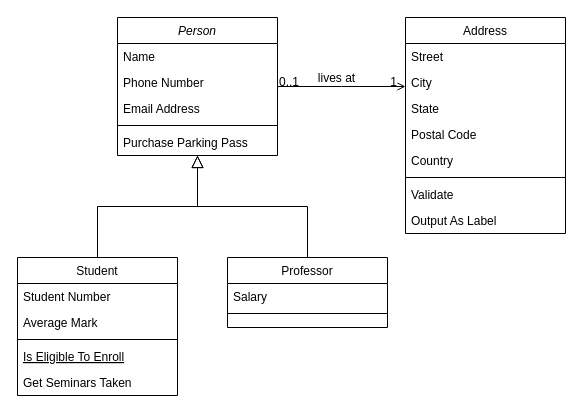
Before: small-spring-step-02/未命名绘图.drawio in Kiritokp/small-spring, a draw.io diagram. Source tidied: cells renumbered, new cells numbered last; positions are measured from the earlier drawing's top-left corner, leaving out a move shared by most shapes. Both pictures are drawn from the tidied source at 100%, with x=0, y=0 at pixel (17, 17).
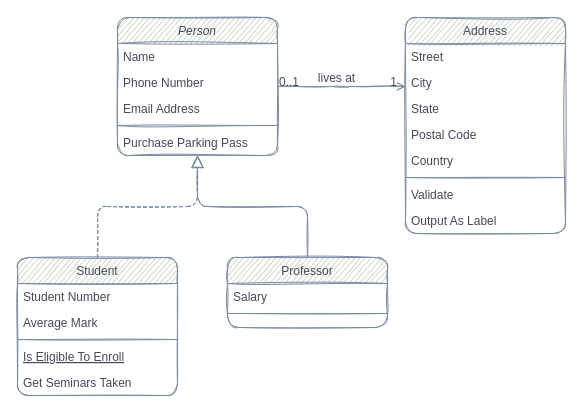
After the change.

Commit message:
Spring bean容器类关系.drawio

Diff of the diagram source:
```diff
@@
-    <mxCell id="2" value="Person" style="swimlane;fontStyle=2;align=center;verticalAlign=top;horizontal=1;startSize=26;rounded=0;shadow=0;strokeWidth=1;" parent="1" vertex="1">
+    <mxCell id="2" value="Person" style="swimlane;fontStyle=2;align=center;verticalAlign=top;horizontal=1;startSize=26;rounded=1;shadow=0;strokeWidth=1;sketch=1;fillColor=#B2C9AB;strokeColor=#788AA3;fontColor=#46495D;" parent="1" vertex="1">
       <mxGeometry x="100" width="160" height="138" as="geometry" />
     </mxCell>
-    <mxCell id="3" value="Name" style="text;align=left;verticalAlign=top;spacingLeft=4;spacingRight=4;overflow=hidden;" parent="2" vertex="1">
+    <mxCell id="3" value="Name" style="text;align=left;verticalAlign=top;spacingLeft=4;spacingRight=4;overflow=hidden;sketch=1;rounded=1;fontColor=#46495D;" parent="2" vertex="1">
       <mxGeometry y="26" width="160" height="26" as="geometry" />
     </mxCell>
-    <mxCell id="4" value="Phone Number" style="text;align=left;verticalAlign=top;spacingLeft=4;spacingRight=4;overflow=hidden;rounded=0;shadow=0;html=0;" parent="2" vertex="1">
+    <mxCell id="4" value="Phone Number" style="text;align=left;verticalAlign=top;spacingLeft=4;spacingRight=4;overflow=hidden;rounded=1;shadow=0;html=0;sketch=1;fontColor=#46495D;" parent="2" vertex="1">
       <mxGeometry y="52" width="160" height="26" as="geometry" />
     </mxCell>
-    <mxCell id="5" value="Email Address" style="text;align=left;verticalAlign=top;spacingLeft=4;spacingRight=4;overflow=hidden;rounded=0;shadow=0;html=0;" parent="2" vertex="1">
+    <mxCell id="5" value="Email Address" style="text;align=left;verticalAlign=top;spacingLeft=4;spacingRight=4;overflow=hidden;rounded=1;shadow=0;html=0;sketch=1;fontColor=#46495D;" parent="2" vertex="1">
       <mxGeometry y="78" width="160" height="26" as="geometry" />
     </mxCell>
-    <mxCell id="6" style="line;html=1;strokeWidth=1;align=left;verticalAlign=middle;spacingTop=-1;spacingLeft=3;spacingRight=3;labelPosition=right;" parent="2" vertex="1">
+    <mxCell id="6" style="line;html=1;strokeWidth=1;align=left;verticalAlign=middle;spacingTop=-1;spacingLeft=3;spacingRight=3;labelPosition=right;sketch=1;rounded=1;fillColor=#B2C9AB;strokeColor=#788AA3;fontColor=#46495D;" parent="2" vertex="1">
       <mxGeometry y="104" width="160" height="8" as="geometry" />
     </mxCell>
-    <mxCell id="7" value="Purchase Parking Pass" style="text;align=left;verticalAlign=top;spacingLeft=4;spacingRight=4;overflow=hidden;" parent="2" vertex="1">
+    <mxCell id="7" value="Purchase Parking Pass" style="text;align=left;verticalAlign=top;spacingLeft=4;spacingRight=4;overflow=hidden;sketch=1;rounded=1;fontColor=#46495D;" parent="2" vertex="1">
       <mxGeometry y="112" width="160" height="26" as="geometry" />
     </mxCell>
-    <mxCell id="8" value="Student" style="swimlane;fontStyle=0;align=center;verticalAlign=top;horizontal=1;startSize=26;rounded=0;shadow=0;strokeWidth=1;" parent="1" vertex="1">
+    <mxCell id="8" value="Student" style="swimlane;fontStyle=0;align=center;verticalAlign=top;horizontal=1;startSize=26;rounded=1;shadow=0;strokeWidth=1;sketch=1;fillColor=#B2C9AB;strokeColor=#788AA3;fontColor=#46495D;" parent="1" vertex="1">
       <mxGeometry y="240" width="160" height="138" as="geometry" />
     </mxCell>
-    <mxCell id="9" value="Student Number" style="text;align=left;verticalAlign=top;spacingLeft=4;spacingRight=4;overflow=hidden;" parent="8" vertex="1">
+    <mxCell id="9" value="Student Number" style="text;align=left;verticalAlign=top;spacingLeft=4;spacingRight=4;overflow=hidden;sketch=1;rounded=1;fontColor=#46495D;" parent="8" vertex="1">
       <mxGeometry y="26" width="160" height="26" as="geometry" />
     </mxCell>
-    <mxCell id="10" value="Average Mark" style="text;align=left;verticalAlign=top;spacingLeft=4;spacingRight=4;overflow=hidden;rounded=0;shadow=0;html=0;" parent="8" vertex="1">
+    <mxCell id="10" value="Average Mark" style="text;align=left;verticalAlign=top;spacingLeft=4;spacingRight=4;overflow=hidden;rounded=1;shadow=0;html=0;sketch=1;fontColor=#46495D;" parent="8" vertex="1">
       <mxGeometry y="52" width="160" height="26" as="geometry" />
     </mxCell>
-    <mxCell id="11" style="line;html=1;strokeWidth=1;align=left;verticalAlign=middle;spacingTop=-1;spacingLeft=3;spacingRight=3;labelPosition=right;" parent="8" vertex="1">
+    <mxCell id="11" style="line;html=1;strokeWidth=1;align=left;verticalAlign=middle;spacingTop=-1;spacingLeft=3;spacingRight=3;labelPosition=right;sketch=1;rounded=1;fillColor=#B2C9AB;strokeColor=#788AA3;fontColor=#46495D;" parent="8" vertex="1">
       <mxGeometry y="78" width="160" height="8" as="geometry" />
     </mxCell>
-    <mxCell id="12" value="Is Eligible To Enroll" style="text;align=left;verticalAlign=top;spacingLeft=4;spacingRight=4;overflow=hidden;fontStyle=4;" parent="8" vertex="1">
+    <mxCell id="12" value="Is Eligible To Enroll" style="text;align=left;verticalAlign=top;spacingLeft=4;spacingRight=4;overflow=hidden;fontStyle=4;sketch=1;rounded=1;fontColor=#46495D;" parent="8" vertex="1">
       <mxGeometry y="86" width="160" height="26" as="geometry" />
     </mxCell>
-    <mxCell id="13" value="Get Seminars Taken" style="text;align=left;verticalAlign=top;spacingLeft=4;spacingRight=4;overflow=hidden;" parent="8" vertex="1">
+    <mxCell id="13" value="Get Seminars Taken" style="text;align=left;verticalAlign=top;spacingLeft=4;spacingRight=4;overflow=hidden;sketch=1;rounded=1;fontColor=#46495D;" parent="8" vertex="1">
       <mxGeometry y="112" width="160" height="26" as="geometry" />
     </mxCell>
-    <mxCell id="14" style="endArrow=block;endSize=10;endFill=0;shadow=0;strokeWidth=1;rounded=0;edgeStyle=elbowEdgeStyle;elbow=vertical;" parent="1" edge="1" source="8" target="2">
+    <mxCell id="14" style="endArrow=block;endSize=10;endFill=0;shadow=0;strokeWidth=1;rounded=1;edgeStyle=elbowEdgeStyle;elbow=vertical;sketch=1;strokeColor=#788AA3;fontColor=#46495D;dashed=1;" parent="1" edge="1" source="8" target="2">
       <mxGeometry relative="1" as="geometry" />
     </mxCell>
-    <mxCell id="15" value="Professor" style="swimlane;fontStyle=0;align=center;verticalAlign=top;horizontal=1;startSize=26;rounded=0;shadow=0;strokeWidth=1;" parent="1" vertex="1">
+    <mxCell id="15" value="Professor" style="swimlane;fontStyle=0;align=center;verticalAlign=top;horizontal=1;startSize=26;rounded=1;shadow=0;strokeWidth=1;sketch=1;fillColor=#B2C9AB;strokeColor=#788AA3;fontColor=#46495D;" parent="1" vertex="1">
       <mxGeometry x="210" y="240" width="160" height="70" as="geometry" />
     </mxCell>
-    <mxCell id="16" value="Salary" style="text;align=left;verticalAlign=top;spacingLeft=4;spacingRight=4;overflow=hidden;" parent="15" vertex="1">
+    <mxCell id="16" value="Salary" style="text;align=left;verticalAlign=top;spacingLeft=4;spacingRight=4;overflow=hidden;sketch=1;rounded=1;fontColor=#46495D;" parent="15" vertex="1">
       <mxGeometry y="26" width="160" height="26" as="geometry" />
     </mxCell>
-    <mxCell id="17" style="line;html=1;strokeWidth=1;align=left;verticalAlign=middle;spacingTop=-1;spacingLeft=3;spacingRight=3;labelPosition=right;" parent="15" vertex="1">
+    <mxCell id="17" style="line;html=1;strokeWidth=1;align=left;verticalAlign=middle;spacingTop=-1;spacingLeft=3;spacingRight=3;labelPosition=right;sketch=1;rounded=1;fillColor=#B2C9AB;strokeColor=#788AA3;fontColor=#46495D;" parent="15" vertex="1">
       <mxGeometry y="52" width="160" height="8" as="geometry" />
     </mxCell>
-    <mxCell id="18" style="endArrow=block;endSize=10;endFill=0;shadow=0;strokeWidth=1;rounded=0;edgeStyle=elbowEdgeStyle;elbow=vertical;" parent="1" edge="1" source="15" target="2">
+    <mxCell id="18" style="endArrow=block;endSize=10;endFill=0;shadow=0;strokeWidth=1;rounded=1;edgeStyle=elbowEdgeStyle;elbow=vertical;sketch=1;strokeColor=#788AA3;fontColor=#46495D;fillColor=#B2C9AB;" parent="1" edge="1" source="15" target="2">
       <mxGeometry relative="1" as="geometry" />
     </mxCell>
-    <mxCell id="19" value="Address" style="swimlane;fontStyle=0;align=center;verticalAlign=top;horizontal=1;startSize=26;rounded=0;shadow=0;strokeWidth=1;" parent="1" vertex="1">
+    <mxCell id="19" value="Address" style="swimlane;fontStyle=0;align=center;verticalAlign=top;horizontal=1;startSize=26;rounded=1;shadow=0;strokeWidth=1;sketch=1;fillColor=#B2C9AB;strokeColor=#788AA3;fontColor=#46495D;" parent="1" vertex="1">
       <mxGeometry x="388" width="160" height="216" as="geometry" />
     </mxCell>
-    <mxCell id="20" value="Street" style="text;align=left;verticalAlign=top;spacingLeft=4;spacingRight=4;overflow=hidden;" parent="19" vertex="1">
+    <mxCell id="20" value="Street" style="text;align=left;verticalAlign=top;spacingLeft=4;spacingRight=4;overflow=hidden;sketch=1;rounded=1;fontColor=#46495D;" parent="19" vertex="1">
       <mxGeometry y="26" width="160" height="26" as="geometry" />
     </mxCell>
-    <mxCell id="21" value="City" style="text;align=left;verticalAlign=top;spacingLeft=4;spacingRight=4;overflow=hidden;rounded=0;shadow=0;html=0;" parent="19" vertex="1">
+    <mxCell id="21" value="City" style="text;align=left;verticalAlign=top;spacingLeft=4;spacingRight=4;overflow=hidden;rounded=1;shadow=0;html=0;sketch=1;fontColor=#46495D;" parent="19" vertex="1">
       <mxGeometry y="52" width="160" height="26" as="geometry" />
     </mxCell>
-    <mxCell id="22" value="State" style="text;align=left;verticalAlign=top;spacingLeft=4;spacingRight=4;overflow=hidden;rounded=0;shadow=0;html=0;" parent="19" vertex="1">
+    <mxCell id="22" value="State" style="text;align=left;verticalAlign=top;spacingLeft=4;spacingRight=4;overflow=hidden;rounded=1;shadow=0;html=0;sketch=1;fontColor=#46495D;" parent="19" vertex="1">
       <mxGeometry y="78" width="160" height="26" as="geometry" />
     </mxCell>
-    <mxCell id="23" value="Postal Code" style="text;align=left;verticalAlign=top;spacingLeft=4;spacingRight=4;overflow=hidden;rounded=0;shadow=0;html=0;" parent="19" vertex="1">
+    <mxCell id="23" value="Postal Code" style="text;align=left;verticalAlign=top;spacingLeft=4;spacingRight=4;overflow=hidden;rounded=1;shadow=0;html=0;sketch=1;fontColor=#46495D;" parent="19" vertex="1">
       <mxGeometry y="104" width="160" height="26" as="geometry" />
     </mxCell>
-    <mxCell id="24" value="Country" style="text;align=left;verticalAlign=top;spacingLeft=4;spacingRight=4;overflow=hidden;rounded=0;shadow=0;html=0;" parent="19" vertex="1">
+    <mxCell id="24" value="Country" style="text;align=left;verticalAlign=top;spacingLeft=4;spacingRight=4;overflow=hidden;rounded=1;shadow=0;html=0;sketch=1;fontColor=#46495D;" parent="19" vertex="1">
       <mxGeometry y="130" width="160" height="26" as="geometry" />
     </mxCell>
-    <mxCell id="25" style="line;html=1;strokeWidth=1;align=left;verticalAlign=middle;spacingTop=-1;spacingLeft=3;spacingRight=3;labelPosition=right;" parent="19" vertex="1">
+    <mxCell id="25" style="line;html=1;strokeWidth=1;align=left;verticalAlign=middle;spacingTop=-1;spacingLeft=3;spacingRight=3;labelPosition=right;sketch=1;rounded=1;fillColor=#B2C9AB;strokeColor=#788AA3;fontColor=#46495D;" parent="19" vertex="1">
       <mxGeometry y="156" width="160" height="8" as="geometry" />
     </mxCell>
-    <mxCell id="26" value="Validate" style="text;align=left;verticalAlign=top;spacingLeft=4;spacingRight=4;overflow=hidden;" parent="19" vertex="1">
+    <mxCell id="26" value="Validate" style="text;align=left;verticalAlign=top;spacingLeft=4;spacingRight=4;overflow=hidden;sketch=1;rounded=1;fontColor=#46495D;" parent="19" vertex="1">
       <mxGeometry y="164" width="160" height="26" as="geometry" />
     </mxCell>
-    <mxCell id="27" value="Output As Label" style="text;align=left;verticalAlign=top;spacingLeft=4;spacingRight=4;overflow=hidden;" parent="19" vertex="1">
+    <mxCell id="27" value="Output As Label" style="text;align=left;verticalAlign=top;spacingLeft=4;spacingRight=4;overflow=hidden;sketch=1;rounded=1;fontColor=#46495D;" parent="19" vertex="1">
       <mxGeometry y="190" width="160" height="26" as="geometry" />
     </mxCell>
-    <mxCell id="28" style="endArrow=open;shadow=0;strokeWidth=1;rounded=0;endFill=1;edgeStyle=elbowEdgeStyle;elbow=vertical;" parent="1" edge="1" source="2" target="19">
+    <mxCell id="28" style="endArrow=open;shadow=0;strokeWidth=1;rounded=1;endFill=1;edgeStyle=elbowEdgeStyle;elbow=vertical;sketch=1;strokeColor=#788AA3;fontColor=#46495D;" parent="1" edge="1" source="2" target="19">
       <mxGeometry x="0.5" y="41" relative="1" as="geometry">
         <mxPoint x="-40" y="32" as="offset" />
       </mxGeometry>
     </mxCell>
-    <mxCell id="29" value="0..1" style="align=left;verticalAlign=bottom;labelBackgroundColor=none;fontSize=12;" parent="28" vertex="1">
+    <mxCell id="29" value="0..1" style="align=left;verticalAlign=bottom;labelBackgroundColor=none;fontSize=12;sketch=1;rounded=1;fillColor=#B2C9AB;strokeColor=#788AA3;fontColor=#46495D;" parent="28" vertex="1">
       <mxGeometry x="-1" relative="1" as="geometry">
         <mxPoint y="4" as="offset" />
       </mxGeometry>
     </mxCell>
-    <mxCell id="30" value="1" style="align=right;verticalAlign=bottom;labelBackgroundColor=none;fontSize=12;" parent="28" vertex="1">
+    <mxCell id="30" value="1" style="align=right;verticalAlign=bottom;labelBackgroundColor=none;fontSize=12;sketch=1;rounded=1;fillColor=#B2C9AB;strokeColor=#788AA3;fontColor=#46495D;" parent="28" vertex="1">
       <mxGeometry x="1" relative="1" as="geometry">
         <mxPoint x="-7" y="4" as="offset" />
       </mxGeometry>
     </mxCell>
-    <mxCell id="31" value="lives at" style="text;html=1;align=center;verticalAlign=middle;labelBackgroundColor=none;rounded=0;shadow=0;strokeWidth=1;fontSize=12;" parent="28" vertex="1">
+    <mxCell id="31" value="lives at" style="text;html=1;align=center;verticalAlign=middle;labelBackgroundColor=none;rounded=1;shadow=0;strokeWidth=1;fontSize=12;sketch=1;fontColor=#46495D;" parent="28" vertex="1">
       <mxGeometry x="0.5" y="49" relative="1" as="geometry">
         <mxPoint x="-38" y="40" as="offset" />
       </mxGeometry>
     </mxCell>
```
